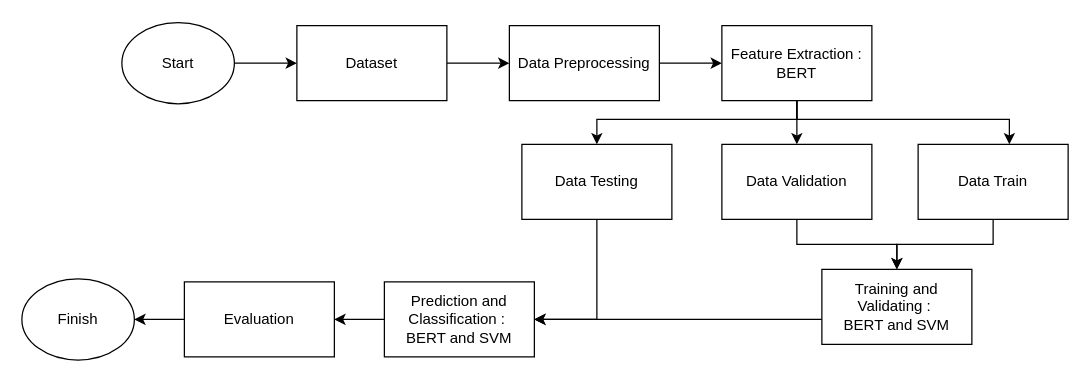
Before: Diagram Blok Proses.drawio in erlanggadewa/Sentiment-Analysis-Review-Steam, a draw.io diagram. Source tidied: cells renumbered, new cells numbered last; positions are measured from the earlier drawing's top-left corner, leaving out a move shared by most shapes. Both pictures are drawn from the tidied source at 125%, with x=0, y=0 at pixel (21, 21).
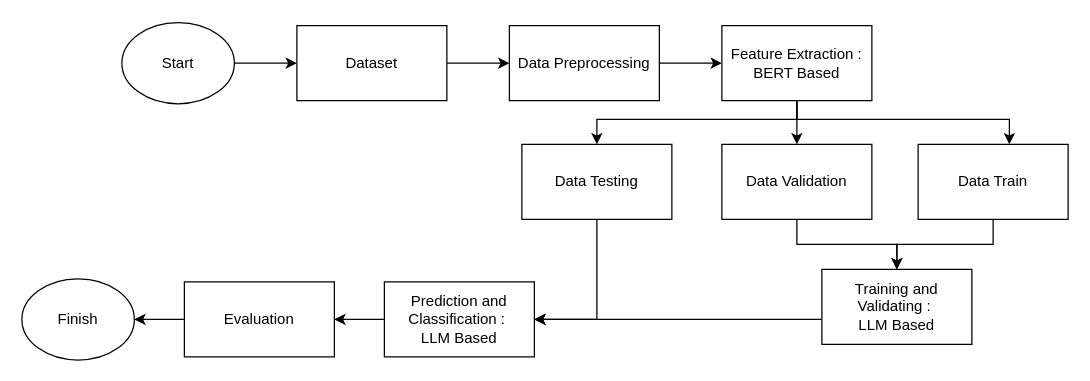
The same diagram, later.

Change to the diagram source:
```diff
@@
-    <mxCell id="11" value="Feature Extraction : BERT" style="rounded=0;whiteSpace=wrap;html=1;" parent="1" vertex="1">
+    <mxCell id="11" value="Feature Extraction :&lt;br&gt;BERT Based" style="rounded=0;whiteSpace=wrap;html=1;" parent="1" vertex="1">
       <mxGeometry x="560" y="3" width="120" height="60" as="geometry" />
     </mxCell>
@@
-    <mxCell id="13" value="Training and Validating :&amp;nbsp;&lt;div&gt;BERT and SVM&lt;/div&gt;" style="rounded=0;whiteSpace=wrap;html=1;" parent="1" vertex="1">
+    <mxCell id="13" value="Training and Validating :&amp;nbsp;&lt;div&gt;LLM Based&lt;/div&gt;" style="rounded=0;whiteSpace=wrap;html=1;" parent="1" vertex="1">
       <mxGeometry x="640" y="198" width="120" height="60" as="geometry" />
     </mxCell>
@@
-    <mxCell id="21" value="Prediction and Classification&amp;nbsp;&lt;span style=&quot;background-color: initial;&quot;&gt;:&amp;nbsp;&lt;/span&gt;&lt;div&gt;&lt;span style=&quot;background-color: initial;&quot;&gt;BERT and SVM&lt;/span&gt;&lt;/div&gt;" style="rounded=0;whiteSpace=wrap;html=1;" parent="1" vertex="1">
+    <mxCell id="21" value="Prediction and Classification&amp;nbsp;&lt;span style=&quot;background-color: initial;&quot;&gt;:&amp;nbsp;&lt;/span&gt;&lt;div&gt;LLM Based&lt;/div&gt;" style="rounded=0;whiteSpace=wrap;html=1;" parent="1" vertex="1">
       <mxGeometry x="290" y="208" width="120" height="60" as="geometry" />
     </mxCell>
```
